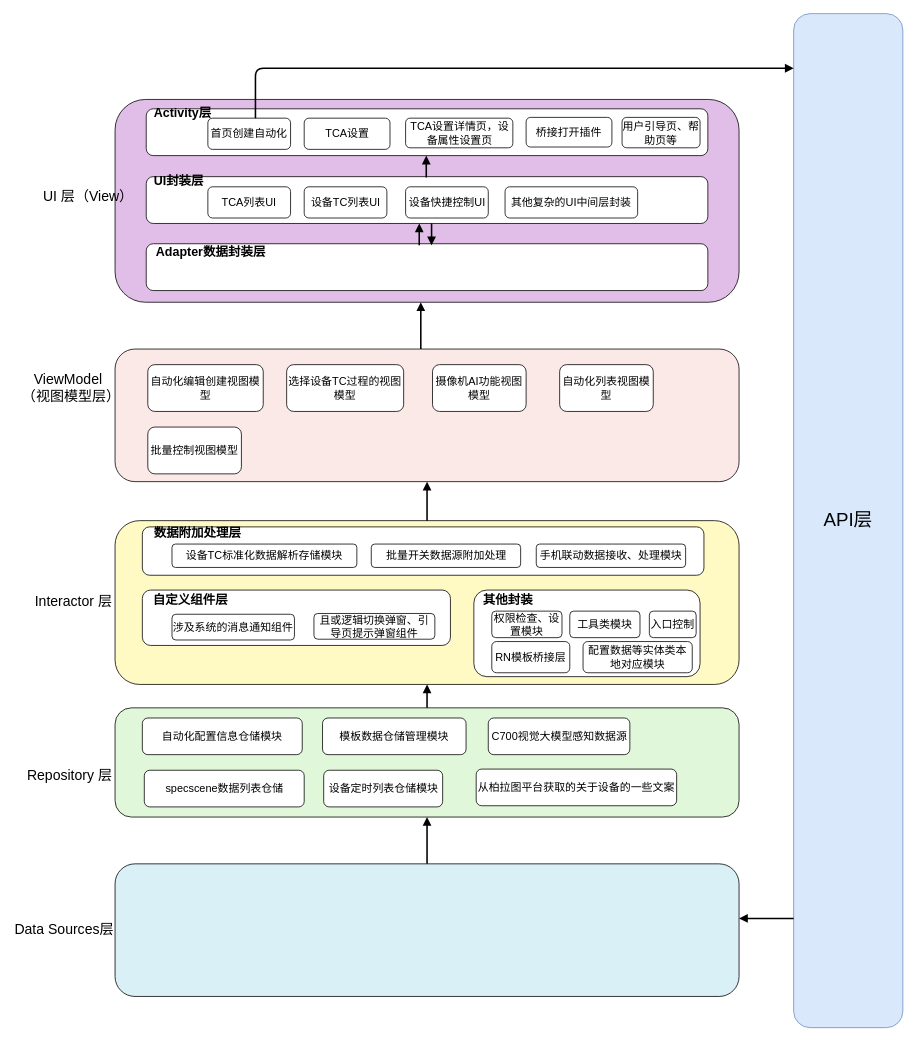
The draw.io diagram autofenceng.drawio in WljclW/coolweather, before the edit. Source tidied: cells renumbered, new cells numbered last; positions are measured from the earlier drawing's top-left corner, leaving out a move shared by most shapes. Both pictures are drawn from the tidied source at 78%, with x=0, y=0 at pixel (13, 13).
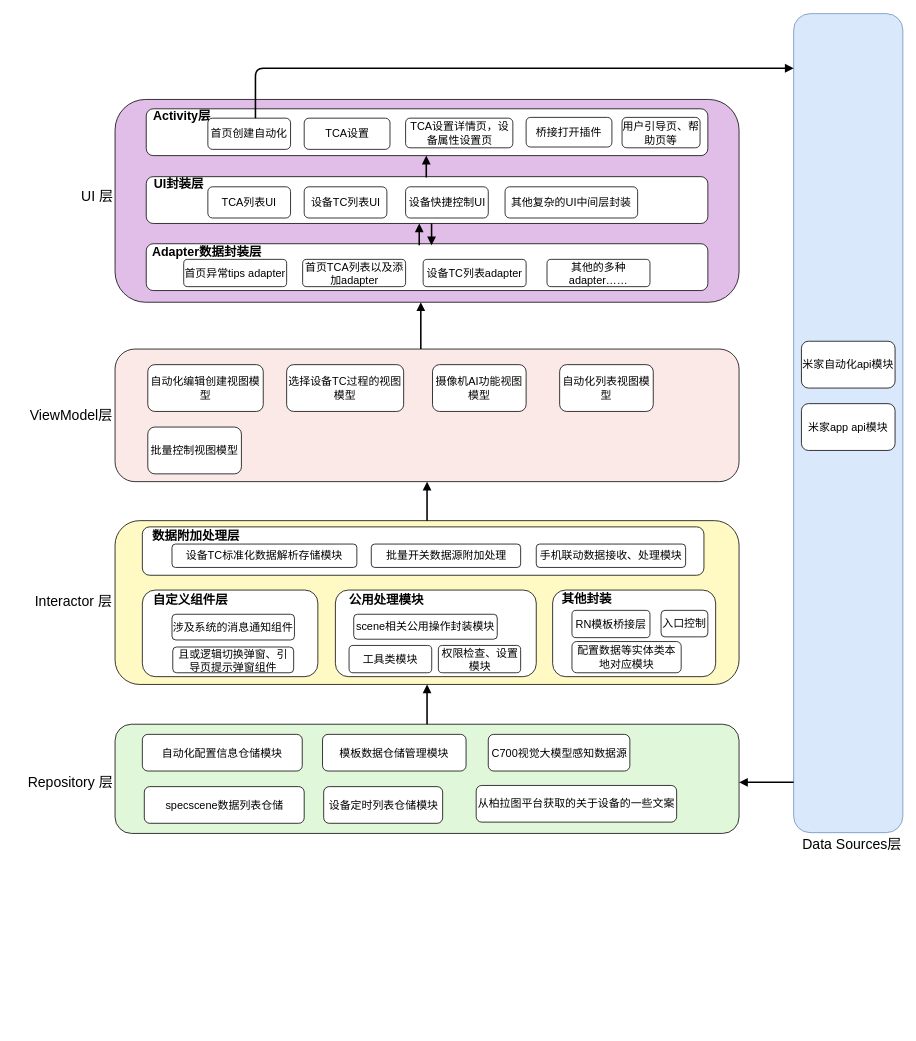
The same diagram, later.

Change to the diagram source:
```diff
@@
-    <mxCell id="2" style="shape=rectangle;whiteSpace=wrap;rounded=1;fillColor=#DAF0F7;strokeColor=#000000;" parent="1" vertex="1">
-      <mxGeometry x="130" y="1090" width="800" height="170" as="geometry" />
-    </mxCell>
     <mxCell id="3" value="&#10;" style="shape=rectangle;whiteSpace=wrap;rounded=1;fillColor=#E0F7DA;strokeColor=#000000;" parent="1" vertex="1">
-      <mxGeometry x="130" y="890" width="800" height="140" as="geometry" />
+      <mxGeometry x="130" y="911" width="800" height="140" as="geometry" />
     </mxCell>
@@
-    <mxCell id="7" style="endArrow=block;strokeWidth=2;" parent="1" edge="1" source="2" target="3">
-      <mxGeometry relative="1" as="geometry" />
-    </mxCell>
@@
-    <mxCell id="11" value="&lt;font style=&quot;font-size: 18px;&quot;&gt;Data Sources层&lt;/font&gt;" style="text;html=1;align=center;verticalAlign=middle;whiteSpace=wrap;rounded=0;" parent="1" vertex="1">
-      <mxGeometry y="1160" width="130" height="30" as="geometry" />
-    </mxCell>
     <mxCell id="12" value="&lt;font style=&quot;font-size: 18px;&quot;&gt;Repository 层&lt;/font&gt;" style="text;html=1;align=center;verticalAlign=middle;whiteSpace=wrap;rounded=0;" parent="1" vertex="1">
-      <mxGeometry x="12" y="962" width="120" height="30" as="geometry" />
+      <mxGeometry x="13" y="971" width="120" height="30" as="geometry" />
     </mxCell>
@@
-    <mxCell id="14" value="&lt;font style=&quot;font-size: 18px;&quot;&gt;ViewModel（视图模型层）&lt;/font&gt;" style="text;html=1;align=center;verticalAlign=middle;whiteSpace=wrap;rounded=0;" parent="1" vertex="1">
-      <mxGeometry x="10" y="465" width="120" height="30" as="geometry" />
+    <mxCell id="14" value="&lt;font style=&quot;font-size: 18px;&quot;&gt;ViewModel层&lt;/font&gt;" style="text;html=1;align=center;verticalAlign=middle;whiteSpace=wrap;rounded=0;" parent="1" vertex="1">
+      <mxGeometry x="14" y="500" width="120" height="30" as="geometry" />
     </mxCell>
-    <mxCell id="15" value="&lt;font style=&quot;font-size: 18px;&quot;&gt;UI 层（View）&lt;/font&gt;" style="text;html=1;align=center;verticalAlign=middle;whiteSpace=wrap;rounded=0;" parent="1" vertex="1">
-      <mxGeometry x="37.2" y="220" width="115" height="30" as="geometry" />
+    <mxCell id="15" value="&lt;font style=&quot;font-size: 18px;&quot;&gt;UI 层&lt;/font&gt;" style="text;html=1;align=center;verticalAlign=middle;whiteSpace=wrap;rounded=0;" parent="1" vertex="1">
+      <mxGeometry x="50" y="220" width="115" height="30" as="geometry" />
     </mxCell>
     <mxCell id="16" value="&lt;div style=&quot;white-space: pre;&quot;&gt;&lt;font style=&quot;font-size: 14px;&quot;&gt;模板数据仓储管理模块&lt;/font&gt;&lt;/div&gt;" style="rounded=1;whiteSpace=wrap;html=1;" parent="1" vertex="1">
-      <mxGeometry x="396" y="903" width="184" height="47" as="geometry" />
+      <mxGeometry x="396" y="924" width="184" height="47" as="geometry" />
     </mxCell>
     <mxCell id="17" value="&lt;span style=&quot;white-space: pre;&quot;&gt;&lt;font style=&quot;font-size: 14px;&quot;&gt;自动化配置信息仓储模块&lt;/font&gt;&lt;/span&gt;" style="rounded=1;whiteSpace=wrap;html=1;" parent="1" vertex="1">
-      <mxGeometry x="165" y="903" width="205" height="47" as="geometry" />
+      <mxGeometry x="165" y="924" width="205" height="47" as="geometry" />
     </mxCell>
@@
     <mxCell id="20" value="&lt;font style=&quot;font-size: 14px;&quot;&gt;设备定时列表仓储模块&lt;/font&gt;" style="rounded=1;whiteSpace=wrap;html=1;" parent="1" vertex="1">
-      <mxGeometry x="397.5" y="970" width="152.5" height="47" as="geometry" />
+      <mxGeometry x="397.5" y="991" width="152.5" height="47" as="geometry" />
     </mxCell>
     <mxCell id="21" value="&lt;font style=&quot;font-size: 14px;&quot;&gt;C700视觉大模型感知数据源&lt;/font&gt;" style="rounded=1;whiteSpace=wrap;html=1;" parent="1" vertex="1">
-      <mxGeometry x="608.5" y="903" width="181.5" height="47" as="geometry" />
+      <mxGeometry x="608.5" y="924" width="181.5" height="47" as="geometry" />
     </mxCell>
@@
     <mxCell id="23" value="&lt;font style=&quot;font-size: 16px;&quot;&gt;&lt;b&gt;Activity层&lt;/b&gt;&lt;/font&gt;" style="text;html=1;align=center;verticalAlign=middle;whiteSpace=wrap;rounded=0;" parent="1" vertex="1">
-      <mxGeometry x="152.2" y="112" width="130" height="30" as="geometry" />
+      <mxGeometry x="151.2" y="116" width="130" height="30" as="geometry" />
     </mxCell>
@@
     <mxCell id="30" value="&lt;font style=&quot;font-size: 16px;&quot;&gt;&lt;b&gt;UI封装层&lt;/b&gt;&lt;/font&gt;" style="text;html=1;align=center;verticalAlign=middle;whiteSpace=wrap;rounded=0;" parent="1" vertex="1">
-      <mxGeometry x="147.2" y="199" width="130" height="30" as="geometry" />
+      <mxGeometry x="147.2" y="203" width="130" height="30" as="geometry" />
     </mxCell>
@@
     <mxCell id="36" value="&lt;font style=&quot;font-size: 16px;&quot;&gt;&lt;b&gt;Adapter数据封装层&lt;/b&gt;&lt;/font&gt;" style="text;html=1;align=center;verticalAlign=middle;whiteSpace=wrap;rounded=0;" parent="1" vertex="1">
-      <mxGeometry x="158" y="290" width="190" height="30" as="geometry" />
+      <mxGeometry x="153" y="290" width="190" height="30" as="geometry" />
     </mxCell>
@@
     <mxCell id="44" value="&lt;font style=&quot;font-size: 16px;&quot;&gt;&lt;b&gt;数据附加处理层&lt;/b&gt;&lt;/font&gt;" style="text;html=1;align=center;verticalAlign=middle;whiteSpace=wrap;rounded=0;" parent="1" vertex="1">
-      <mxGeometry x="171" y="650" width="130" height="30" as="geometry" />
+      <mxGeometry x="169" y="654" width="130" height="30" as="geometry" />
     </mxCell>
@@
     <mxCell id="48" style="rounded=1;whiteSpace=wrap;html=1;" parent="1" vertex="1">
-      <mxGeometry x="165" y="739" width="395" height="71" as="geometry" />
+      <mxGeometry x="165" y="739" width="225" height="111" as="geometry" />
     </mxCell>
@@
     <mxCell id="51" value="&lt;font style=&quot;font-size: 14px;&quot;&gt;且或逻辑切换弹窗、引导页提示弹窗组件&lt;/font&gt;" style="rounded=1;whiteSpace=wrap;html=1;" parent="1" vertex="1">
-      <mxGeometry x="385" y="769" width="155" height="33" as="geometry" />
+      <mxGeometry x="204" y="812" width="155" height="33" as="geometry" />
     </mxCell>
     <mxCell id="52" style="rounded=1;whiteSpace=wrap;html=1;" parent="1" vertex="1">
-      <mxGeometry x="590" y="739" width="290" height="111" as="geometry" />
+      <mxGeometry x="691" y="739" width="209" height="111" as="geometry" />
     </mxCell>
     <mxCell id="53" value="&lt;font style=&quot;font-size: 16px;&quot;&gt;&lt;b&gt;其他封装&lt;/b&gt;&lt;/font&gt;" style="text;html=1;align=center;verticalAlign=middle;whiteSpace=wrap;rounded=0;" parent="1" vertex="1">
-      <mxGeometry x="569" y="736" width="130" height="30" as="geometry" />
+      <mxGeometry x="670" y="735" width="130" height="30" as="geometry" />
     </mxCell>
-    <mxCell id="54" value="&lt;font style=&quot;font-size: 14px;&quot;&gt;权限检查、设置模块&lt;/font&gt;" style="rounded=1;whiteSpace=wrap;html=1;" parent="1" vertex="1">
-      <mxGeometry x="613" y="766" width="90" height="34" as="geometry" />
-    </mxCell>
-    <mxCell id="55" value="&lt;font style=&quot;font-size: 14px;&quot;&gt;工具类模块&lt;/font&gt;" style="rounded=1;whiteSpace=wrap;html=1;" parent="1" vertex="1">
-      <mxGeometry x="713" y="766" width="90" height="34" as="geometry" />
-    </mxCell>
     <mxCell id="56" value="&lt;font style=&quot;font-size: 14px;&quot;&gt;入口控制&lt;/font&gt;" style="rounded=1;whiteSpace=wrap;html=1;" parent="1" vertex="1">
-      <mxGeometry x="815" y="766" width="60" height="34" as="geometry" />
+      <mxGeometry x="830" y="765" width="60" height="34" as="geometry" />
     </mxCell>
     <mxCell id="57" value="&lt;span style=&quot;white-space: pre;&quot;&gt;&lt;font style=&quot;font-size: 14px;&quot;&gt;specscene数据列表仓储&lt;/font&gt;&lt;/span&gt;" style="rounded=1;whiteSpace=wrap;html=1;" parent="1" vertex="1">
-      <mxGeometry x="167.5" y="970" width="205" height="47" as="geometry" />
+      <mxGeometry x="167.5" y="991" width="205" height="47" as="geometry" />
     </mxCell>
     <mxCell id="58" value="&lt;span style=&quot;white-space: pre;&quot;&gt;&lt;font style=&quot;font-size: 14px;&quot;&gt;从柏拉图平台获取的关于设备的一些文案&lt;/font&gt;&lt;/span&gt;" style="rounded=1;whiteSpace=wrap;html=1;" parent="1" vertex="1">
-      <mxGeometry x="593" y="968.5" width="257" height="47" as="geometry" />
+      <mxGeometry x="593" y="989.5" width="257" height="47" as="geometry" />
     </mxCell>
     <mxCell id="59" value="&lt;font style=&quot;font-size: 14px;&quot;&gt;RN模板桥接层&lt;/font&gt;" style="rounded=1;whiteSpace=wrap;html=1;" parent="1" vertex="1">
-      <mxGeometry x="613" y="805" width="100" height="40" as="geometry" />
+      <mxGeometry x="715.8" y="765" width="100" height="35" as="geometry" />
     </mxCell>
     <mxCell id="60" value="&lt;font style=&quot;font-size: 14px;&quot;&gt;配置数据等实体类本地对应模块&lt;/font&gt;" style="rounded=1;whiteSpace=wrap;html=1;" parent="1" vertex="1">
-      <mxGeometry x="730" y="805" width="140" height="40" as="geometry" />
+      <mxGeometry x="715.8" y="805" width="140" height="40" as="geometry" />
     </mxCell>
-    <mxCell id="61" value="&lt;font style=&quot;font-size: 24px;&quot;&gt;API层&lt;/font&gt;" style="rounded=1;whiteSpace=wrap;html=1;fillColor=#dae8fc;strokeColor=#6c8ebf;" parent="1" vertex="1">
-      <mxGeometry x="1000" width="140" height="1300" as="geometry" />
+    <mxCell id="61" style="rounded=1;whiteSpace=wrap;html=1;fillColor=#dae8fc;strokeColor=#6c8ebf;" parent="1" vertex="1">
+      <mxGeometry x="1000" width="140" height="1050" as="geometry" />
     </mxCell>
@@
     <mxCell id="63" style="endArrow=block;strokeWidth=2;" parent="1" edge="1">
       <mxGeometry relative="1" as="geometry">
-        <mxPoint x="1000" y="1160" as="sourcePoint" />
-        <mxPoint x="930" y="1160" as="targetPoint" />
+        <mxPoint x="1000" y="985.5" as="sourcePoint" />
+        <mxPoint x="930" y="985.5" as="targetPoint" />
       </mxGeometry>
     </mxCell>
+    <mxCell id="64" style="rounded=1;whiteSpace=wrap;html=1;" parent="1" vertex="1">
+      <mxGeometry x="412.5" y="739" width="257.5" height="111" as="geometry" />
+    </mxCell>
+    <mxCell id="65" value="&lt;span style=&quot;font-size: 16px;&quot;&gt;&lt;b&gt;公用处理模块&lt;/b&gt;&lt;/span&gt;" style="text;html=1;align=center;verticalAlign=middle;whiteSpace=wrap;rounded=0;" parent="1" vertex="1">
+      <mxGeometry x="412.5" y="736" width="130" height="30" as="geometry" />
+    </mxCell>
+    <mxCell id="66" value="&lt;span style=&quot;font-size: 14px; white-space: pre;&quot;&gt;scene相关公用操作封装模块&lt;/span&gt;" style="rounded=1;whiteSpace=wrap;html=1;" parent="1" vertex="1">
+      <mxGeometry x="436" y="770" width="184" height="32" as="geometry" />
+    </mxCell>
+    <mxCell id="55" value="&lt;span style=&quot;font-size: 14px;&quot;&gt;工具类模块&lt;/span&gt;" style="rounded=1;whiteSpace=wrap;html=1;" parent="1" vertex="1">
+      <mxGeometry x="430" y="810" width="106" height="35" as="geometry" />
+    </mxCell>
+    <mxCell id="54" value="&lt;span style=&quot;font-size: 14px;&quot;&gt;权限检查、设置模块&lt;/span&gt;" style="rounded=1;whiteSpace=wrap;html=1;" parent="1" vertex="1">
+      <mxGeometry x="544.5" y="810" width="105.5" height="35" as="geometry" />
+    </mxCell>
+    <mxCell id="11" value="&lt;font style=&quot;font-size: 18px;&quot;&gt;Data Sources层&lt;/font&gt;" style="text;html=1;align=center;verticalAlign=middle;whiteSpace=wrap;rounded=0;" parent="1" vertex="1">
+      <mxGeometry x="1010" y="1050" width="130" height="30" as="geometry" />
+    </mxCell>
+    <mxCell id="67" value="&lt;font style=&quot;font-size: 14px;&quot;&gt;米家自动化api模块&lt;/font&gt;" style="rounded=1;whiteSpace=wrap;html=1;" parent="1" vertex="1">
+      <mxGeometry x="1010" y="420" width="120" height="60" as="geometry" />
+    </mxCell>
+    <mxCell id="68" value="&lt;font style=&quot;font-size: 14px;&quot;&gt;米家app api模块&lt;/font&gt;" style="rounded=1;whiteSpace=wrap;html=1;" parent="1" vertex="1">
+      <mxGeometry x="1010" y="500" width="120" height="60" as="geometry" />
+    </mxCell>
+    <mxCell id="69" value="&lt;font style=&quot;font-size: 14px;&quot;&gt;首页异常tips adapter&lt;/font&gt;" style="rounded=1;whiteSpace=wrap;html=1;" parent="1" vertex="1">
+      <mxGeometry x="218" y="315" width="132" height="35" as="geometry" />
+    </mxCell>
+    <mxCell id="70" value="&lt;span style=&quot;font-size: 14px;&quot;&gt;首页TCA列表以及添加adapter&lt;/span&gt;" style="rounded=1;whiteSpace=wrap;html=1;" parent="1" vertex="1">
+      <mxGeometry x="370.5" y="315" width="132" height="35" as="geometry" />
+    </mxCell>
+    <mxCell id="71" value="&lt;span style=&quot;font-size: 14px;&quot;&gt;设备TC列表adapter&lt;/span&gt;" style="rounded=1;whiteSpace=wrap;html=1;" parent="1" vertex="1">
+      <mxGeometry x="525" y="315" width="132" height="35" as="geometry" />
+    </mxCell>
+    <mxCell id="72" value="&lt;span style=&quot;font-size: 14px;&quot;&gt;其他的多种adapter……&lt;/span&gt;" style="rounded=1;whiteSpace=wrap;html=1;" parent="1" vertex="1">
+      <mxGeometry x="683.8" y="315" width="132" height="35" as="geometry" />
+    </mxCell>
```
